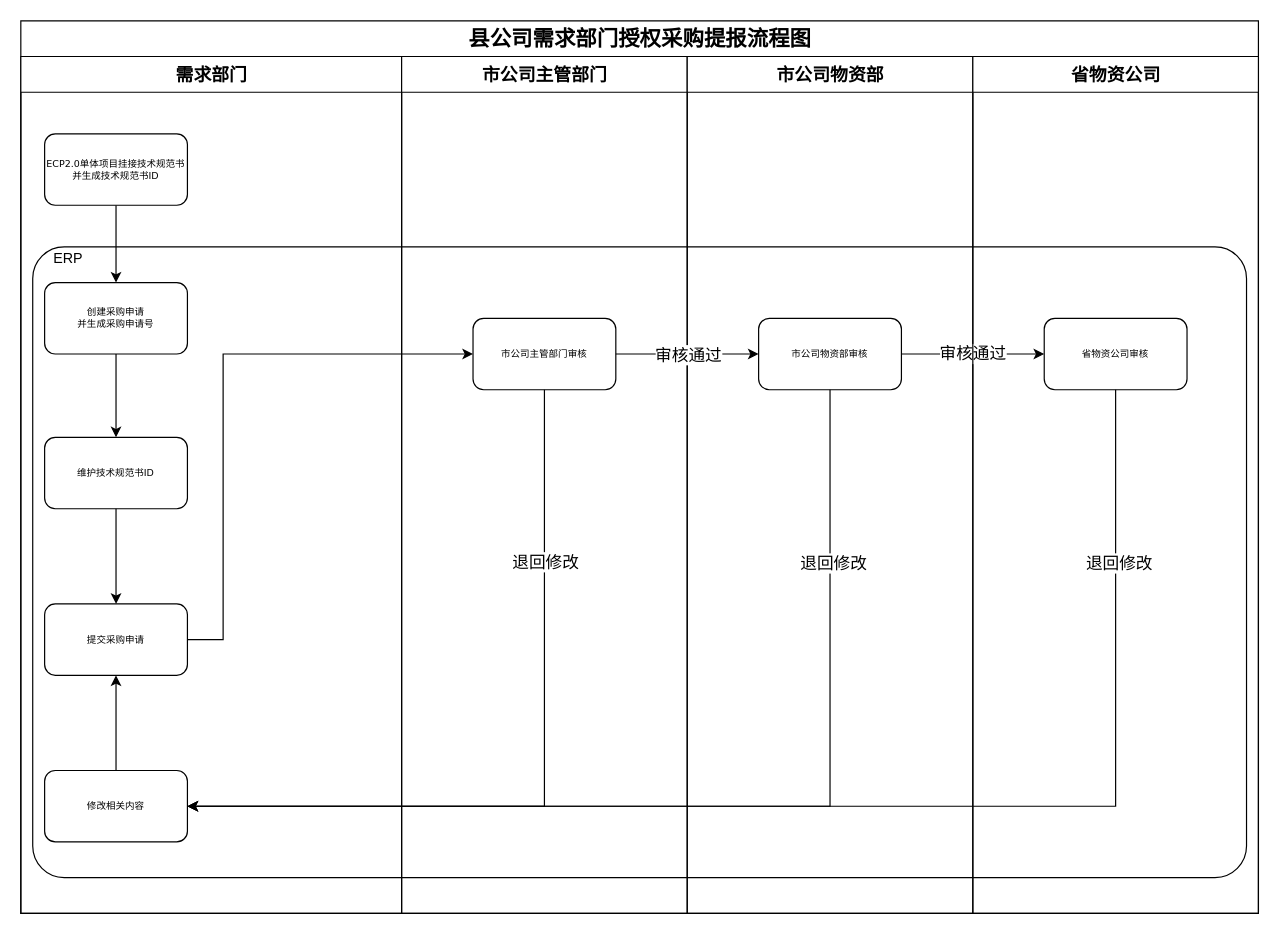
Above: 县公司提报流程.drawio in KongValley/hugo (draw.io), before the change. Source tidied: cells renumbered, new cells numbered last; positions are measured from the earlier drawing's top-left corner, leaving out a move shared by most shapes. Both pictures are drawn from the tidied source at 119%, with x=0, y=0 at pixel (20, 20).
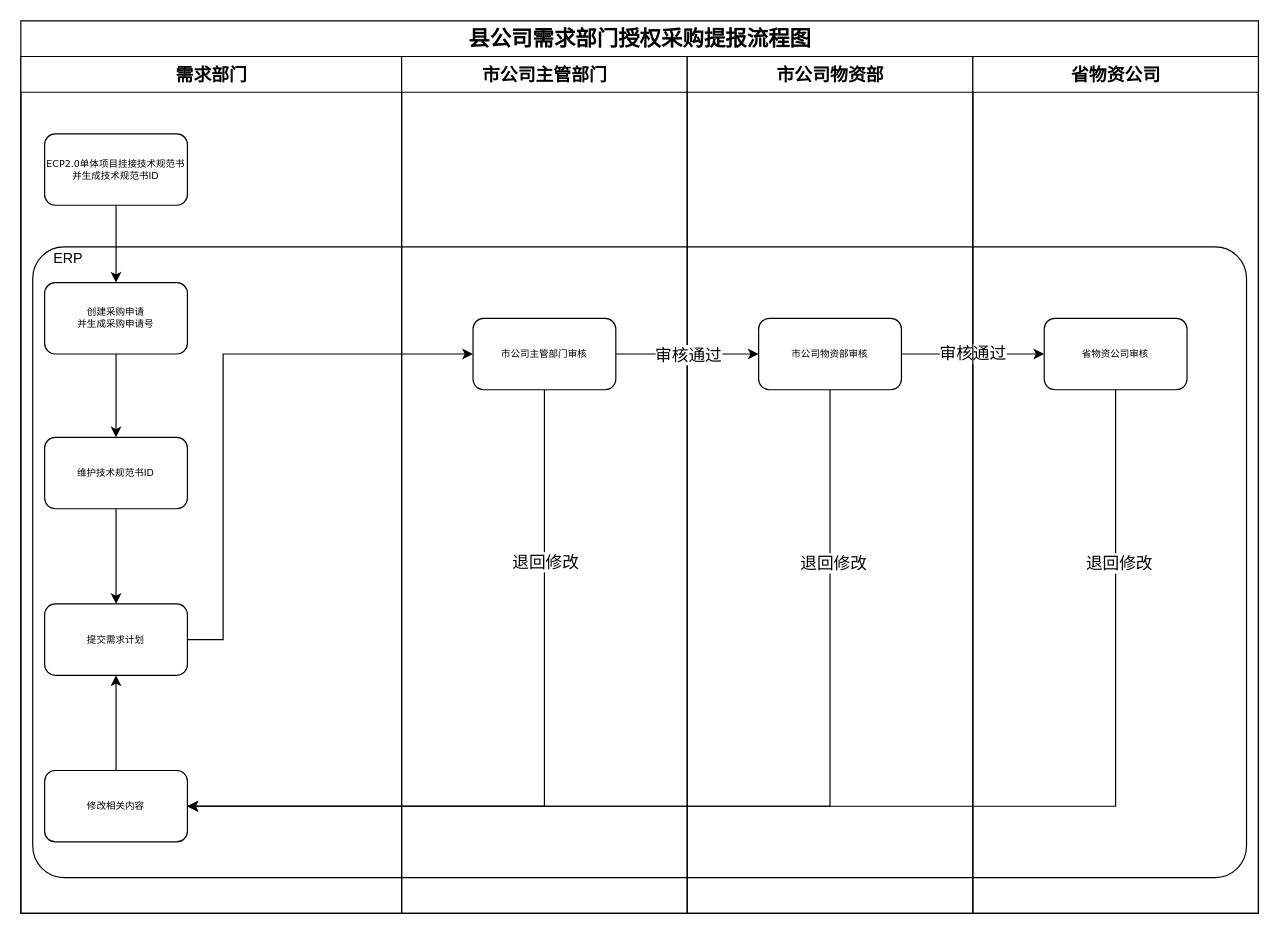
The same diagram, later.

Commit message:
Update 县公司提报流程.drawio

Change to the diagram source:
```diff
@@
-    <mxCell id="21" value="提交采购申请" style="whiteSpace=wrap;html=1;rounded=1;shadow=0;fontFamily=Verdana;fontSize=8;strokeWidth=1;" parent="1" vertex="1">
+    <mxCell id="21" value="提交需求计划" style="whiteSpace=wrap;html=1;rounded=1;shadow=0;fontFamily=Verdana;fontSize=8;strokeWidth=1;" parent="1" vertex="1">
       <mxGeometry x="20" y="490" width="120" height="60" as="geometry" />
     </mxCell>
```
